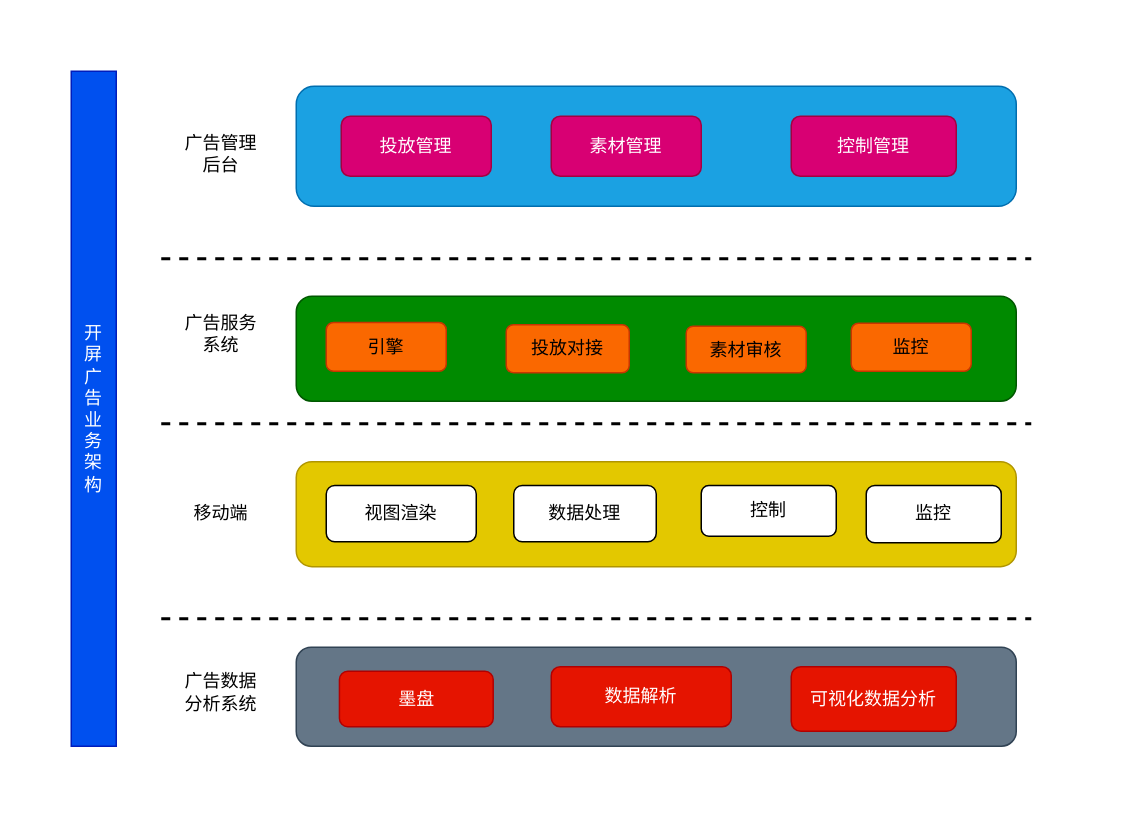
HengqianSong/drawIO keeps this draw.io diagram as moji/开屏业务架构.drawio. Above is the earlier version. Source tidied: cells renumbered, new cells numbered last; positions are measured from the earlier drawing's top-left corner, leaving out a move shared by most shapes. Both pictures are drawn from the tidied source at 150%, with x=0, y=0 at pixel (70, 70).
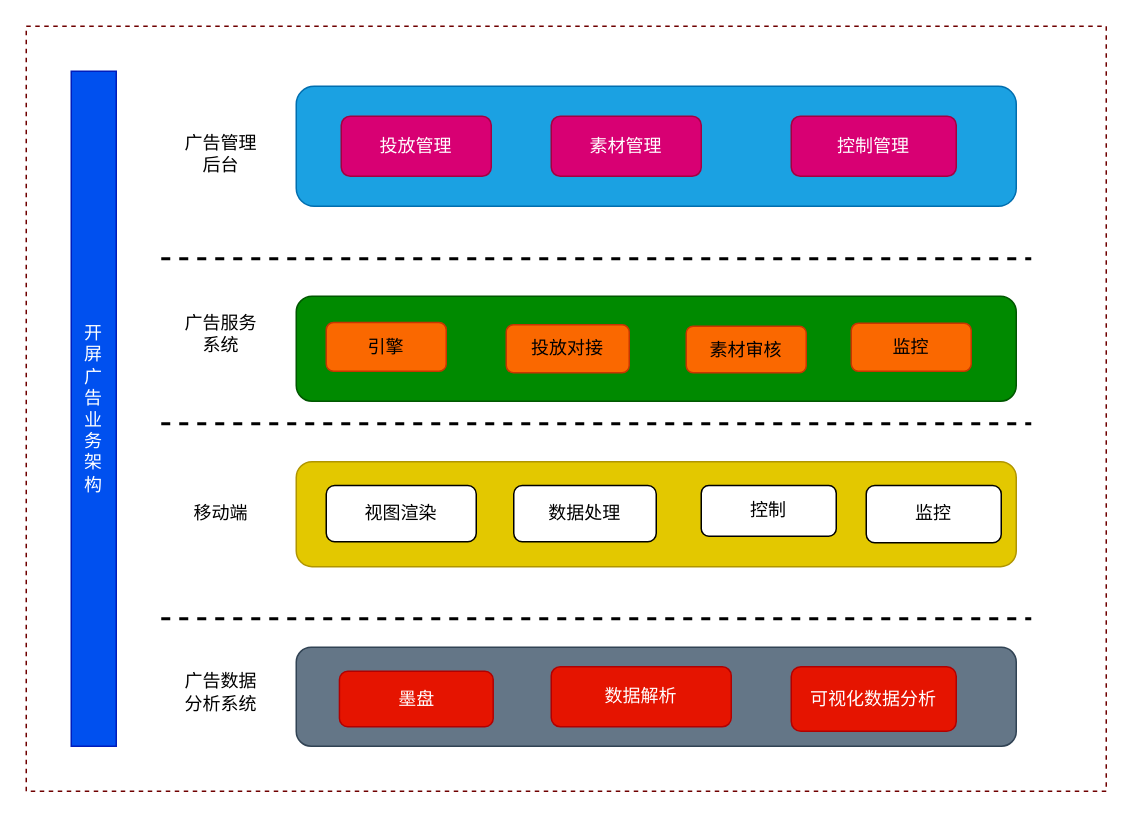
After the change.

Commit message:
更新开屏业务架构.drawio

Change to the diagram source:
```diff
@@
+    <mxCell id="28" style="rounded=0;whiteSpace=wrap;html=1;fillColor=none;dashed=1;fontColor=#ffffff;strokeColor=#6F0000;" parent="1" vertex="1">
+      <mxGeometry x="-30" y="-30" width="720" height="510" as="geometry" />
+    </mxCell>
```
